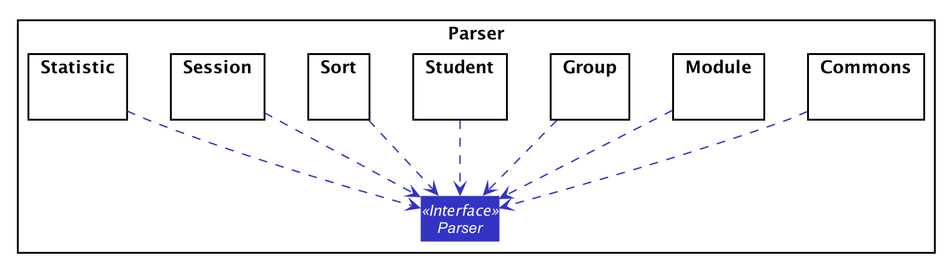
The PlantUML diagram docs/images/ParserPackageDiagram1.png in nus-cs2103-AY1920S2/addressbook-level3, before a commit. Source of this version:
```plantuml
@startuml








skinparam BackgroundColor #FFFFFFF

skinparam Shadowing false

skinparam Class {
    FontColor #FFFFFF
    BorderThickness 1
    BorderColor #FFFFFF
    StereotypeFontColor #FFFFFF
    FontName Arial
}

skinparam Actor {
    BorderColor #000000
    Color #000000
    FontName Arial
}

skinparam Sequence {
    MessageAlign center
    BoxFontSize 15
    BoxPadding 0
    BoxFontColor #FFFFFF
    FontName Arial
}

skinparam Participant {
    FontColor #FFFFFFF
    Padding 20
}

skinparam MinClassWidth 50
skinparam ParticipantPadding 10
skinparam Shadowing false
skinparam DefaultTextAlignment center
skinparam packageStyle Rectangle

hide footbox
hide members
hide circle
skinparam arrowThickness 1.1
skinparam arrowColor #3333C4
skinparam classBackgroundColor #3333C4

Package Parser as ParserPkg <<Rectangle>>{
Interface Parser <<Interface>>

Package Commons {}
Package Module {}
Package Group {}
Package Student {}
Package Sort {}
Package Session {}
Package Statistic {}

Commons .down.> Parser
Module .down.> Parser
Group .down.> Parser
Student .down.> Parser
Sort .down.> Parser
Session .down.> Parser
Statistic .down.> Parser
@enduml
```
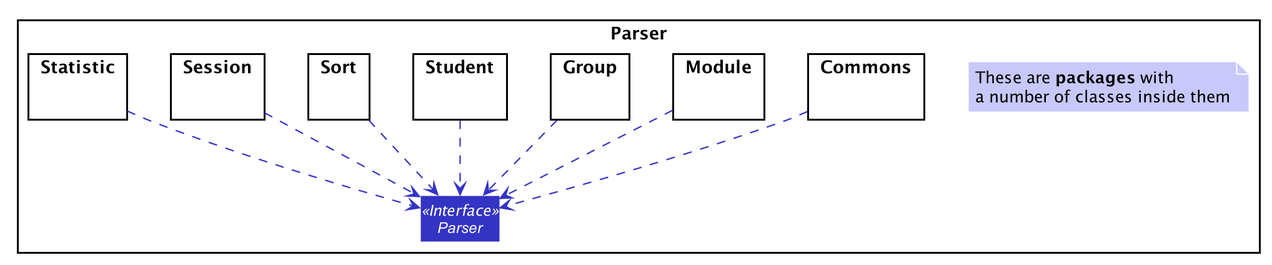
The same diagram one commit later.

Commit message:
Update Logic component in DG

What changed in the source:
```diff
@@ -50,9 +50,16 @@
 skinparam arrowThickness 1.1
 skinparam arrowColor #3333C4
 skinparam classBackgroundColor #3333C4
+skinparam noteBackgroundColor #C8C8FA
+skinparam noteBorderColor LOGIC_COLOR_1
 
 Package Parser as ParserPkg <<Rectangle>>{
 Interface Parser <<Interface>>
+
+note as Sidenote
+These are <b>packages</b> with
+a number of classes inside them
+end note
 
 Package Commons {}
 Package Module {}
```
